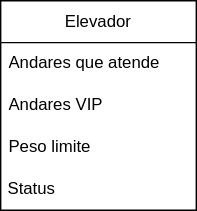
wholocked1/Projeto-2-modelagem keeps this draw.io diagram as diagrama_classe.svg. Above is the earlier version. Source tidied: cells renumbered, new cells last; positions are measured from the earlier drawing's top-left corner, leaving out a move shared by most shapes.
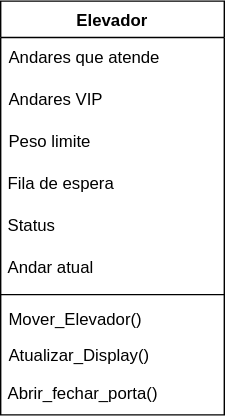
Later version of the same file.

Diff of the diagram source:
```diff
@@ -2,20 +2,38 @@
   <root>
     <mxCell id="0" />
     <mxCell id="1" parent="0" />
-    <mxCell id="2" value="Elevador" style="swimlane;fontStyle=0;horizontal=1;startSize=30;whiteSpace=wrap;html=1;" parent="1" vertex="1">
-      <mxGeometry width="140" height="150" as="geometry" />
+    <mxCell id="2" value="Elevador" style="swimlane;fontStyle=1;align=center;verticalAlign=top;horizontal=1;startSize=26;whiteSpace=wrap;html=1;" parent="1" vertex="1">
+      <mxGeometry width="160" height="296" as="geometry" />
     </mxCell>
     <mxCell id="3" value="Andares que atende" style="text;strokeColor=none;fillColor=none;align=left;verticalAlign=middle;spacingLeft=4;spacingRight=4;overflow=hidden;whiteSpace=wrap;html=1;" parent="2" vertex="1">
-      <mxGeometry y="30" width="140" height="30" as="geometry" />
+      <mxGeometry y="26" width="160" height="30" as="geometry" />
     </mxCell>
     <mxCell id="4" value="Andares VIP" style="text;strokeColor=none;fillColor=none;align=left;verticalAlign=middle;spacingLeft=4;spacingRight=4;overflow=hidden;whiteSpace=wrap;html=1;" parent="2" vertex="1">
-      <mxGeometry y="60" width="140" height="30" as="geometry" />
+      <mxGeometry y="56" width="160" height="30" as="geometry" />
     </mxCell>
     <mxCell id="5" value="Peso limite" style="text;strokeColor=none;fillColor=none;align=left;verticalAlign=middle;spacingLeft=4;spacingRight=4;overflow=hidden;whiteSpace=wrap;html=1;" parent="2" vertex="1">
-      <mxGeometry y="90" width="140" height="30" as="geometry" />
+      <mxGeometry y="86" width="160" height="30" as="geometry" />
     </mxCell>
+    <mxCell id="7" value="&amp;nbsp;Fila de espera" style="text;html=1;align=left;verticalAlign=middle;strokeColor=none;fillColor=none;" parent="2" vertex="1">
+      <mxGeometry y="116" width="160" height="30" as="geometry" />
+    </mxCell>
     <mxCell id="6" value="&amp;nbsp;Status" style="text;html=1;align=left;verticalAlign=middle;strokeColor=none;fillColor=none;" parent="2" vertex="1">
-      <mxGeometry y="120" width="140" height="30" as="geometry" />
+      <mxGeometry y="146" width="160" height="30" as="geometry" />
     </mxCell>
+    <mxCell id="8" value="&amp;nbsp;Andar atual" style="text;html=1;align=left;verticalAlign=middle;strokeColor=none;fillColor=none;" parent="2" vertex="1">
+      <mxGeometry y="176" width="160" height="30" as="geometry" />
+    </mxCell>
+    <mxCell id="9" style="line;strokeWidth=1;fillColor=none;align=left;verticalAlign=middle;spacingTop=-1;spacingLeft=3;spacingRight=3;labelPosition=right;strokeColor=inherit;" parent="2" vertex="1">
+      <mxGeometry y="206" width="160" height="8" as="geometry" />
+    </mxCell>
+    <mxCell id="10" value="Mover_Elevador()" style="text;strokeColor=none;fillColor=none;align=left;verticalAlign=top;spacingLeft=4;spacingRight=4;overflow=hidden;whiteSpace=wrap;html=1;" parent="2" vertex="1">
+      <mxGeometry y="214" width="160" height="26" as="geometry" />
+    </mxCell>
+    <mxCell id="11" value="Atualizar_Display()" style="text;strokeColor=none;fillColor=none;align=left;verticalAlign=top;spacingLeft=4;spacingRight=4;overflow=hidden;whiteSpace=wrap;html=1;" parent="2" vertex="1">
+      <mxGeometry y="240" width="160" height="26" as="geometry" />
+    </mxCell>
+    <mxCell id="12" value="&amp;nbsp;Abrir_fechar_porta()" style="text;html=1;align=left;verticalAlign=middle;strokeColor=none;fillColor=none;" parent="2" vertex="1">
+      <mxGeometry y="266" width="160" height="30" as="geometry" />
+    </mxCell>
   </root>
 </mxGraphModel>
```
